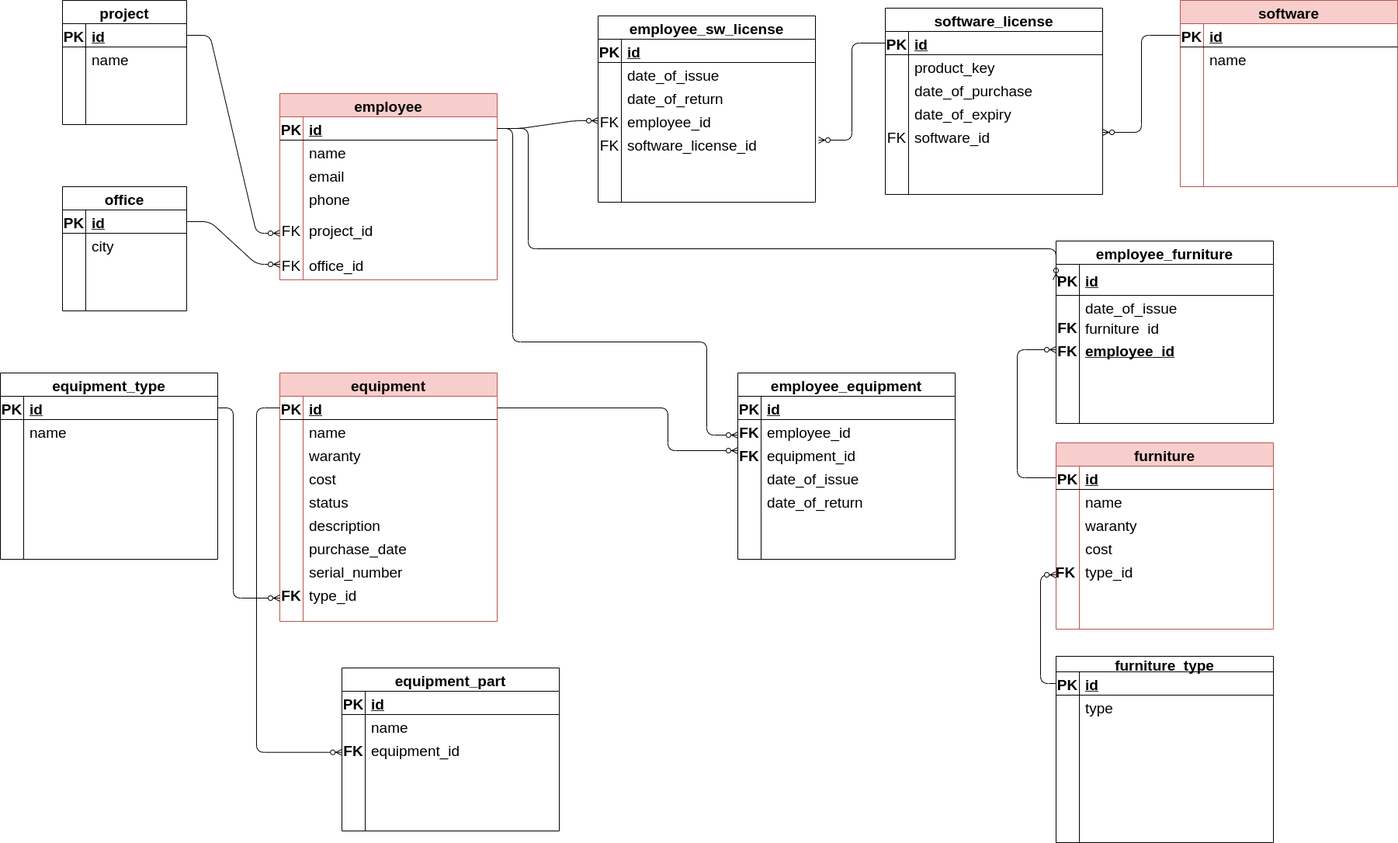
Earlier version of the draw.io export docs/images/database.png (MykytaKyt/datakyt). Source tidied: cells renumbered, new cells last; positions are measured from the earlier drawing's top-left corner, leaving out a move shared by most shapes.
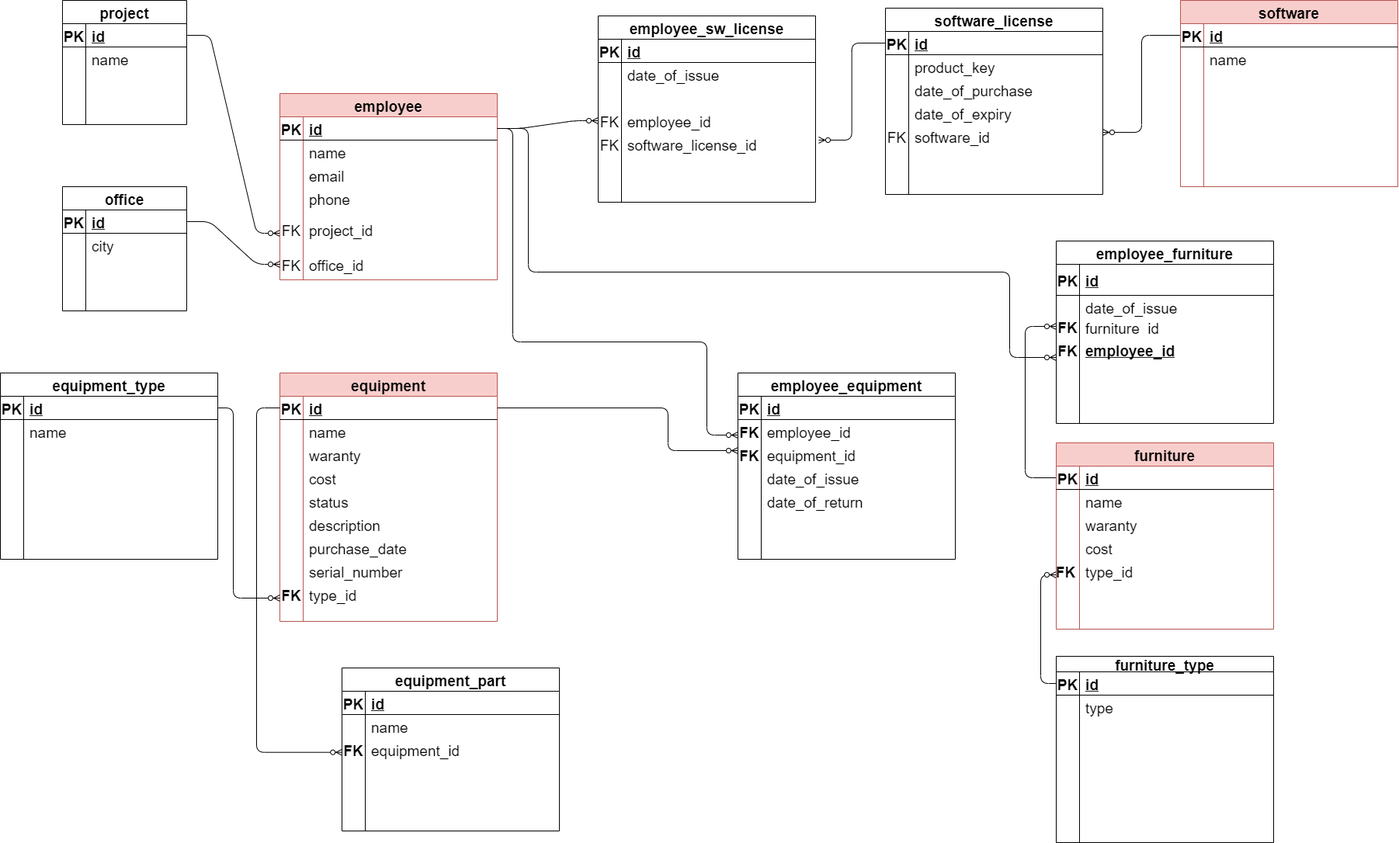
The same file after the commit.

Commit message:
Delete row from diagram

What changed in the source:
```diff
@@ -316,24 +316,27 @@
         </Array>
       </mxGeometry>
     </mxCell>
-    <mxCell id="100" style="edgeStyle=orthogonalEdgeStyle;fontSize=19;html=1;endArrow=ERzeroToMany;endFill=1;exitX=1;exitY=0.5;exitDx=0;exitDy=0;entryX=0;entryY=0.5;entryDx=0;entryDy=0;" parent="1" edge="1" source="82" target="163">
+    <mxCell id="100" style="edgeStyle=orthogonalEdgeStyle;fontSize=19;html=1;endArrow=ERzeroToMany;endFill=1;exitX=1;exitY=0.5;exitDx=0;exitDy=0;" parent="1" edge="1" source="82">
       <mxGeometry relative="1" as="geometry">
+        <mxPoint x="1360" y="460" as="targetPoint" />
         <Array as="points">
           <mxPoint x="680" y="165" />
-          <mxPoint x="680" y="320" />
-          <mxPoint x="1360" y="320" />
+          <mxPoint x="680" y="350" />
+          <mxPoint x="1300" y="350" />
+          <mxPoint x="1300" y="460" />
         </Array>
       </mxGeometry>
     </mxCell>
     <mxCell id="101" style="edgeStyle=elbowEdgeStyle;fontSize=19;html=1;endArrow=ERzeroToMany;endFill=1;exitX=0;exitY=0.5;exitDx=0;exitDy=0;" parent="1" edge="1" source="181">
       <mxGeometry relative="1" as="geometry">
-        <mxPoint x="1360" y="450" as="targetPoint" />
+        <mxPoint x="1360" y="420" as="targetPoint" />
         <Array as="points">
+          <mxPoint x="1320" y="520" />
           <mxPoint x="1310" y="530" />
         </Array>
       </mxGeometry>
     </mxCell>
-    <mxCell id="102" style="fontSize=19;html=1;endArrow=ERzeroToMany;endFill=1;edgeStyle=elbowEdgeStyle;" parent="1" edge="1" source="196">
+    <mxCell id="102" style="fontSize=19;html=1;endArrow=ERzeroToMany;endFill=1;edgeStyle=elbowEdgeStyle;exitX=0;exitY=0.5;exitDx=0;exitDy=0;" parent="1" edge="1" source="196">
       <mxGeometry relative="1" as="geometry">
         <mxPoint x="1360" y="740" as="targetPoint" />
         <Array as="points">
@@ -351,9 +354,6 @@
     <mxCell id="105" value="purchase_date" style="shape=partialRectangle;fillColor=none;top=0;left=0;bottom=0;right=0;align=left;spacingLeft=6;overflow=hidden;fontSize=19;" parent="1" vertex="1">
       <mxGeometry x="390" y="690" width="250" height="30" as="geometry" />
     </mxCell>
-    <mxCell id="106" value="date_of_return" style="shape=partialRectangle;fillColor=none;top=0;left=0;bottom=0;right=0;align=left;spacingLeft=6;overflow=hidden;fontSize=19;" parent="1" vertex="1">
-      <mxGeometry x="800" y="110" width="250" height="30" as="geometry" />
-    </mxCell>
     <mxCell id="107" value="serial_number" style="shape=partialRectangle;fillColor=none;top=0;left=0;bottom=0;right=0;align=left;spacingLeft=6;overflow=hidden;fontSize=19;" parent="1" vertex="1">
       <mxGeometry x="390" y="720" width="250" height="30" as="geometry" />
     </mxCell>
```
